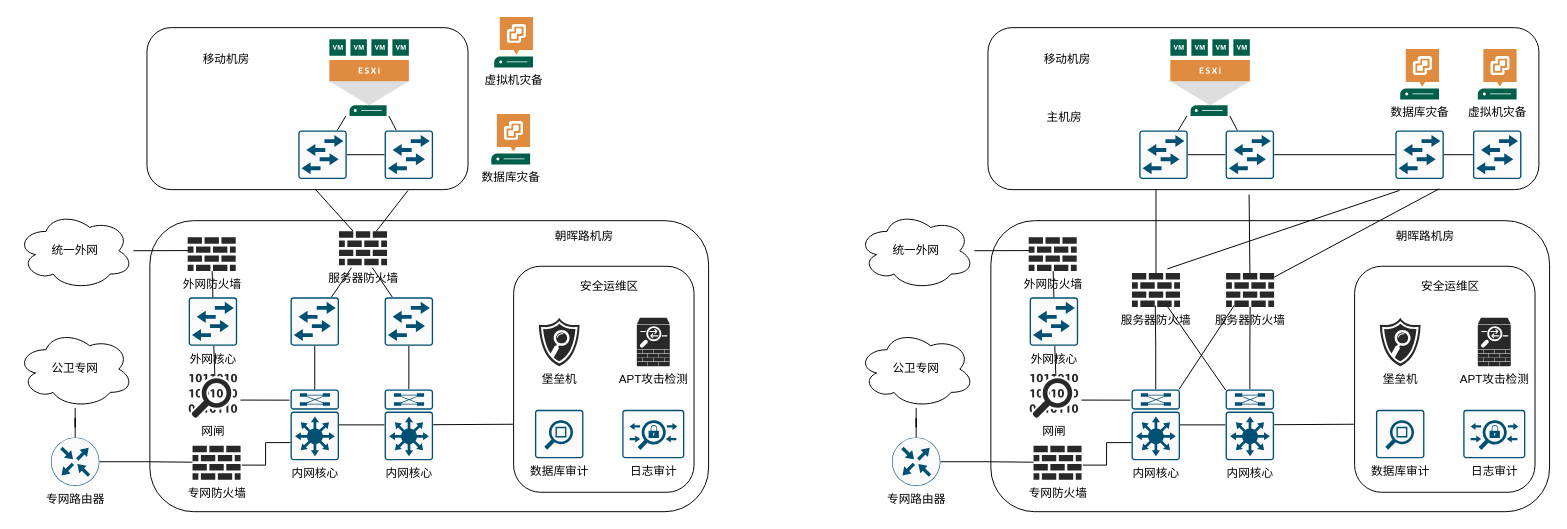
Earlier version of the draw.io diagram 鄞州妇保所朝晖路规划.drawio (star49097989/diagrams.net). Source tidied: cells renumbered, new cells numbered last; positions are measured from the earlier drawing's top-left corner, leaving out a move shared by most shapes. Both pictures are drawn from the tidied source at 97%, with x=0, y=0 at pixel (16, 16).
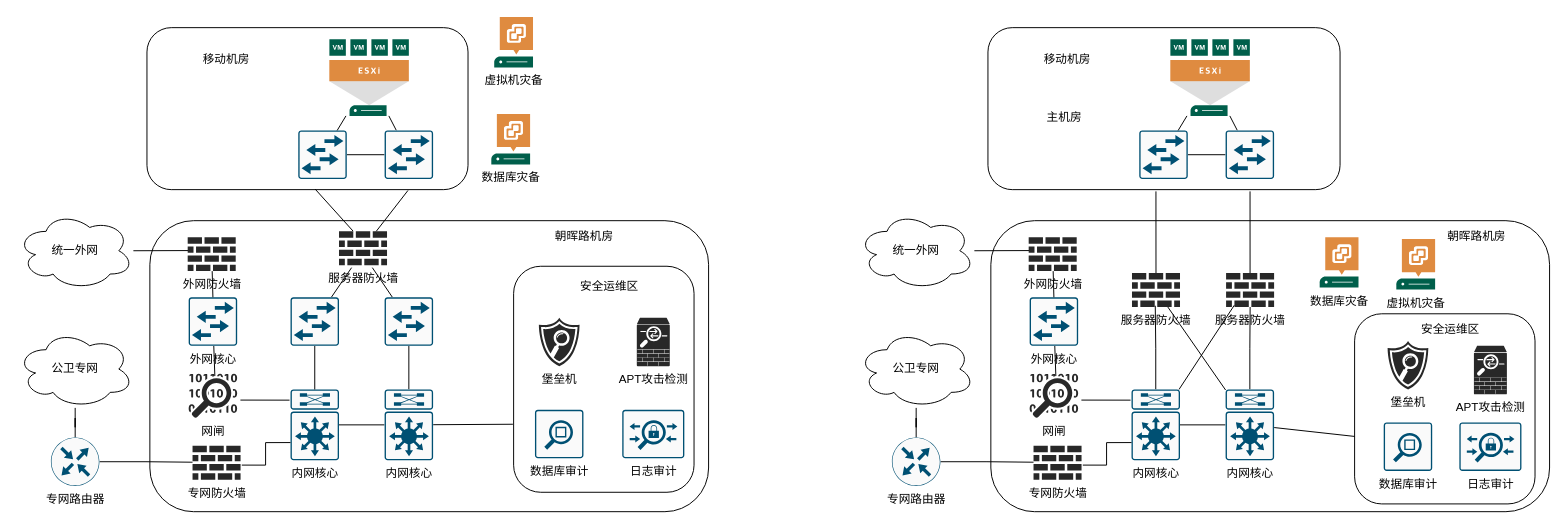
After the change.

Commit message:
Update 鄞州妇保所朝晖路规划.drawio

Unchanged cells that the change refers to:
```xml
<mxCell id="63" style="points=[[0.015,0.015,0],[0.985,0.015,0],[0.985,0.985,0],[0.015,0.985,0],[0.25,0,0],[0.5,0,0],[0.75,0,0],[1,0.25,0],[1,0.5,0],[1,0.75,0],[0.75,1,0],[0.5,1,0],[0.25,1,0],[0,0.75,0],[0,0.5,0],[0,0.25,0]];verticalLabelPosition=bottom;html=1;verticalAlign=top;align=center;shape=mxgraph.cisco19.rect;prIcon=workgroup_switch;fillColor=#FAFAFA;strokeColor=#005073;" parent="1" vertex="1">
  <mxGeometry x="1246" y="117" width="50" height="50" as="geometry" />
</mxCell>
<mxCell id="68" value="服务器防火墙" style="verticalLabelPosition=bottom;html=1;fillColor=#282828;strokeColor=none;verticalAlign=top;align=center;shape=mxgraph.cisco_safe.security_icons.firewall;" parent="1" vertex="1">
  <mxGeometry x="1149.5" y="264" width="49.5" height="35" as="geometry" />
</mxCell>
<mxCell id="84" value="内网核心" style="points=[[0.015,0.015,0],[0.985,0.015,0],[0.985,0.985,0],[0.015,0.985,0],[0.25,0,0],[0.5,0,0],[0.75,0,0],[1,0.25,0],[1,0.5,0],[1,0.75,0],[0.75,1,0],[0.5,1,0],[0.25,1,0],[0,0.75,0],[0,0.5,0],[0,0.25,0]];verticalLabelPosition=bottom;html=1;verticalAlign=top;align=center;shape=mxgraph.cisco19.rect;prIcon=l3_modular;fillColor=#FAFAFA;strokeColor=#005073;" parent="1" vertex="1">
  <mxGeometry x="1246" y="384" width="50" height="73" as="geometry" />
</mxCell>
<mxCell id="97" value="服务器防火墙" style="verticalLabelPosition=bottom;html=1;fillColor=#282828;strokeColor=none;verticalAlign=top;align=center;shape=mxgraph.cisco_safe.security_icons.firewall;" parent="1" vertex="1">
  <mxGeometry x="1246.5" y="264" width="49.5" height="35" as="geometry" />
</mxCell>
```

The edit, as a diff of the source:
```diff
@@
     <mxCell id="48" style="rounded=1;whiteSpace=wrap;html=1;" parent="1" vertex="1">
-      <mxGeometry x="1379" y="257" width="186" height="233" as="geometry" />
+      <mxGeometry x="1379" y="306" width="186" height="196" as="geometry" />
     </mxCell>
     <mxCell id="49" style="rounded=1;whiteSpace=wrap;html=1;" parent="1" vertex="1">
-      <mxGeometry x="1001" y="11" width="568" height="167" as="geometry" />
+      <mxGeometry x="1001" y="11" width="363" height="167" as="geometry" />
     </mxCell>
@@
-    <mxCell id="60" style="edgeStyle=none;rounded=0;jettySize=auto;html=1;entryX=0;entryY=0.5;entryDx=0;entryDy=0;entryPerimeter=0;endArrow=none;endFill=0;" parent="1" edge="1" source="61" target="85">
-      <mxGeometry relative="1" as="geometry" />
-    </mxCell>
-    <mxCell id="61" style="points=[[0.015,0.015,0],[0.985,0.015,0],[0.985,0.985,0],[0.015,0.985,0],[0.25,0,0],[0.5,0,0],[0.75,0,0],[1,0.25,0],[1,0.5,0],[1,0.75,0],[0.75,1,0],[0.5,1,0],[0.25,1,0],[0,0.75,0],[0,0.5,0],[0,0.25,0]];verticalLabelPosition=bottom;html=1;verticalAlign=top;align=center;shape=mxgraph.cisco19.rect;prIcon=workgroup_switch;fillColor=#FAFAFA;strokeColor=#005073;" parent="1" vertex="1">
-      <mxGeometry x="1421" y="117" width="50" height="50" as="geometry" />
-    </mxCell>
-    <mxCell id="62" style="edgeStyle=none;rounded=0;jettySize=auto;html=1;entryX=0;entryY=0.5;entryDx=0;entryDy=0;entryPerimeter=0;endArrow=none;endFill=0;" parent="1" edge="1" source="63" target="61">
-      <mxGeometry relative="1" as="geometry" />
-    </mxCell>
@@
     <mxCell id="64" value="虚拟机灾备" style="shadow=0;dashed=0;html=1;strokeColor=none;fillColor=#005F4B;labelPosition=center;verticalLabelPosition=bottom;verticalAlign=top;align=center;shape=mxgraph.veeam2.vcenter_server;" parent="1" vertex="1">
-      <mxGeometry x="1506" y="33" width="40" height="52" as="geometry" />
+      <mxGeometry x="1422" y="229" width="40" height="52" as="geometry" />
     </mxCell>
@@
     <mxCell id="66" value="朝晖路机房" style="text;html=1;strokeColor=none;fillColor=none;align=center;verticalAlign=middle;whiteSpace=wrap;rounded=0;" parent="1" vertex="1">
-      <mxGeometry x="1413" y="214" width="78" height="23" as="geometry" />
+      <mxGeometry x="1466" y="214" width="78" height="23" as="geometry" />
     </mxCell>
-    <mxCell id="67" style="edgeStyle=none;rounded=0;jettySize=auto;html=1;entryX=0.305;entryY=1.003;entryDx=0;entryDy=0;entryPerimeter=0;endArrow=none;endFill=0;" parent="1" edge="1" source="68" target="49">
-      <mxGeometry relative="1" as="geometry" />
-    </mxCell>
+    <mxCell id="98" style="edgeStyle=none;rounded=0;jettySize=auto;html=1;endArrow=none;endFill=0;" parent="1" edge="1" source="68">
+      <mxGeometry relative="1" as="geometry">
+        <mxPoint x="1174.2" y="179.8" as="targetPoint" />
+      </mxGeometry>
+    </mxCell>
@@
     <mxCell id="69" value="APT攻击检测" style="verticalLabelPosition=bottom;html=1;fillColor=#282828;strokeColor=none;verticalAlign=top;align=center;shape=mxgraph.cisco_safe.security_icons.icon9;" parent="1" vertex="1">
-      <mxGeometry x="1506" y="310" width="34" height="50" as="geometry" />
+      <mxGeometry x="1502" y="339" width="34" height="50" as="geometry" />
     </mxCell>
     <mxCell id="70" value="堡垒机" style="verticalLabelPosition=bottom;html=1;fillColor=#282828;strokeColor=none;verticalAlign=top;align=center;shape=mxgraph.cisco_safe.security_icons.icon12;" parent="1" vertex="1">
-      <mxGeometry x="1405" y="310" width="42" height="50" as="geometry" />
+      <mxGeometry x="1413" y="334" width="42" height="50" as="geometry" />
     </mxCell>
@@
     <mxCell id="78" value="数据库审计" style="verticalLabelPosition=bottom;html=1;verticalAlign=top;align=center;shape=mxgraph.cisco19.rect;prIcon=net_mgmt_appliance;fillColor=#FAFAFA;strokeColor=#005073;" parent="1" vertex="1">
-      <mxGeometry x="1401" y="405" width="50" height="50" as="geometry" />
+      <mxGeometry x="1409" y="418" width="50" height="50" as="geometry" />
     </mxCell>
     <mxCell id="79" value="日志审计" style="verticalLabelPosition=bottom;html=1;verticalAlign=top;align=center;shape=mxgraph.cisco19.rect;prIcon=acs;fillColor=#FAFAFA;strokeColor=#005073;" parent="1" vertex="1">
-      <mxGeometry x="1491" y="405" width="64" height="50" as="geometry" />
+      <mxGeometry x="1487" y="418" width="64" height="50" as="geometry" />
     </mxCell>
-    <mxCell id="80" style="edgeStyle=none;rounded=0;jettySize=auto;html=1;entryX=-0.004;entryY=0.699;entryDx=0;entryDy=0;entryPerimeter=0;endArrow=none;endFill=0;" parent="1" edge="1" source="84" target="48">
+    <mxCell id="80" style="edgeStyle=none;rounded=0;jettySize=auto;html=1;endArrow=none;endFill=0;entryX=0;entryY=0.645;entryDx=0;entryDy=0;entryPerimeter=0;" parent="1" edge="1" source="84" target="48">
       <mxGeometry relative="1" as="geometry" />
     </mxCell>
@@
-    <mxCell id="83" style="edgeStyle=none;rounded=0;jettySize=auto;html=1;entryX=0.336;entryY=1.005;entryDx=0;entryDy=0;entryPerimeter=0;endArrow=none;endFill=0;exitX=0.737;exitY=-0.124;exitDx=0;exitDy=0;exitPerimeter=0;" parent="1" edge="1" source="68">
-      <mxGeometry relative="1" as="geometry">
-        <mxPoint x="1425.3" y="178.8" as="targetPoint" />
-      </mxGeometry>
-    </mxCell>
@@
-    <mxCell id="85" style="points=[[0.015,0.015,0],[0.985,0.015,0],[0.985,0.985,0],[0.015,0.985,0],[0.25,0,0],[0.5,0,0],[0.75,0,0],[1,0.25,0],[1,0.5,0],[1,0.75,0],[0.75,1,0],[0.5,1,0],[0.25,1,0],[0,0.75,0],[0,0.5,0],[0,0.25,0]];verticalLabelPosition=bottom;html=1;verticalAlign=top;align=center;shape=mxgraph.cisco19.rect;prIcon=workgroup_switch;fillColor=#FAFAFA;strokeColor=#005073;" parent="1" vertex="1">
-      <mxGeometry x="1501" y="117" width="50" height="50" as="geometry" />
-    </mxCell>
     <mxCell id="86" value="安全运维区" style="text;html=1;strokeColor=none;fillColor=none;align=center;verticalAlign=middle;whiteSpace=wrap;rounded=0;" parent="1" vertex="1">
-      <mxGeometry x="1439" y="266" width="78" height="23" as="geometry" />
+      <mxGeometry x="1439" y="310" width="78" height="23" as="geometry" />
     </mxCell>
     <mxCell id="87" value="数据库灾备" style="shadow=0;dashed=0;html=1;strokeColor=none;fillColor=#005F4B;labelPosition=center;verticalLabelPosition=bottom;verticalAlign=top;align=center;shape=mxgraph.veeam2.vcenter_server;" parent="1" vertex="1">
-      <mxGeometry x="1426" y="33" width="40" height="52" as="geometry" />
+      <mxGeometry x="1343" y="227" width="40" height="52" as="geometry" />
     </mxCell>
@@
-    <mxCell id="95" style="rounded=0;jettySize=auto;html=1;entryX=0.819;entryY=0.995;entryDx=0;entryDy=0;entryPerimeter=0;endArrow=none;endFill=0;" parent="1" edge="1" source="97" target="49">
-      <mxGeometry relative="1" as="geometry" />
-    </mxCell>
-    <mxCell id="96" style="edgeStyle=none;rounded=0;jettySize=auto;html=1;endArrow=none;endFill=0;entryX=0.474;entryY=1.03;entryDx=0;entryDy=0;entryPerimeter=0;" parent="1" edge="1" source="97" target="49">
-      <mxGeometry relative="1" as="geometry" />
-    </mxCell>
+    <mxCell id="99" style="edgeStyle=none;rounded=0;jettySize=auto;html=1;endArrow=none;endFill=0;" parent="1" edge="1" source="97">
+      <mxGeometry relative="1" as="geometry">
+        <mxPoint x="1271.2" y="179.8" as="targetPoint" />
+      </mxGeometry>
+    </mxCell>
```
